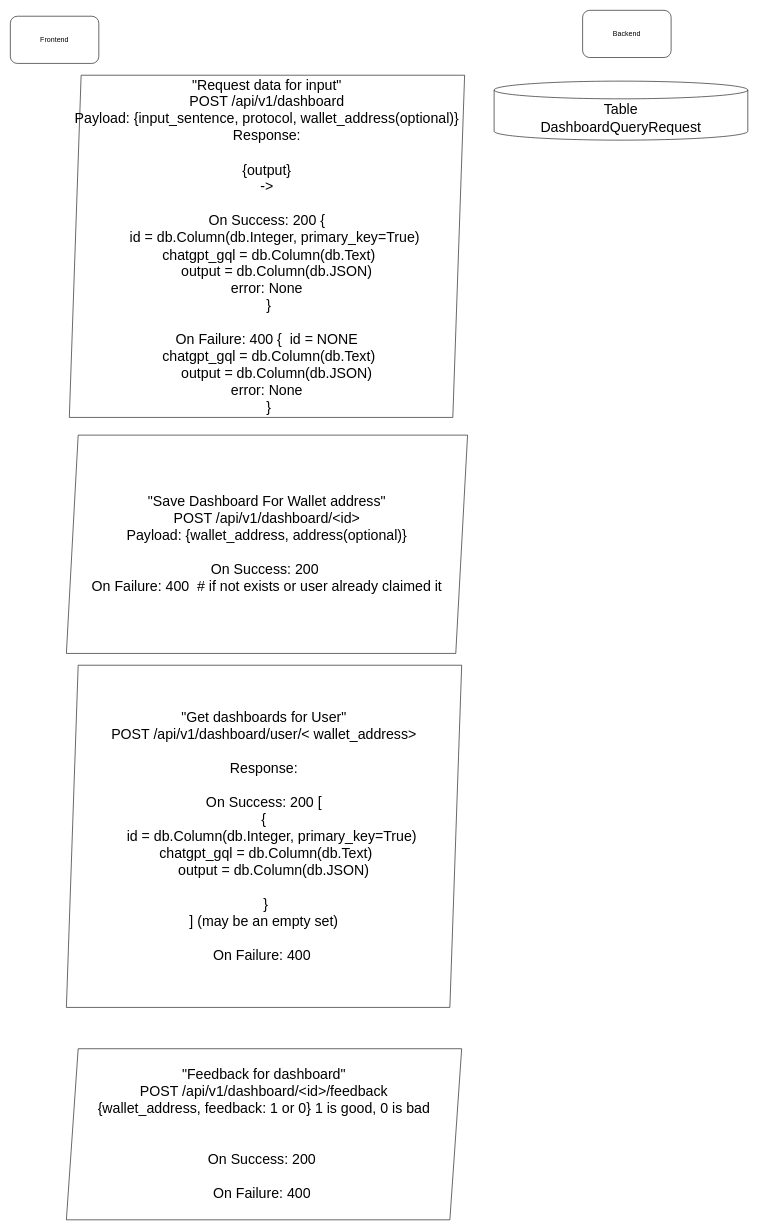
This is page "QueryToData" (1 of 2) of dashboard_flow.drawio from Sai-prakash15/ethdenver-buidlathon-2023, a draw.io file, before an edit. Source tidied: cells renumbered, new cells numbered last; positions are measured from the earlier drawing's top-left corner, leaving out a move shared by most shapes. Both pictures are drawn from the tidied source at 59%, with x=0, y=0 at pixel (10, 10).
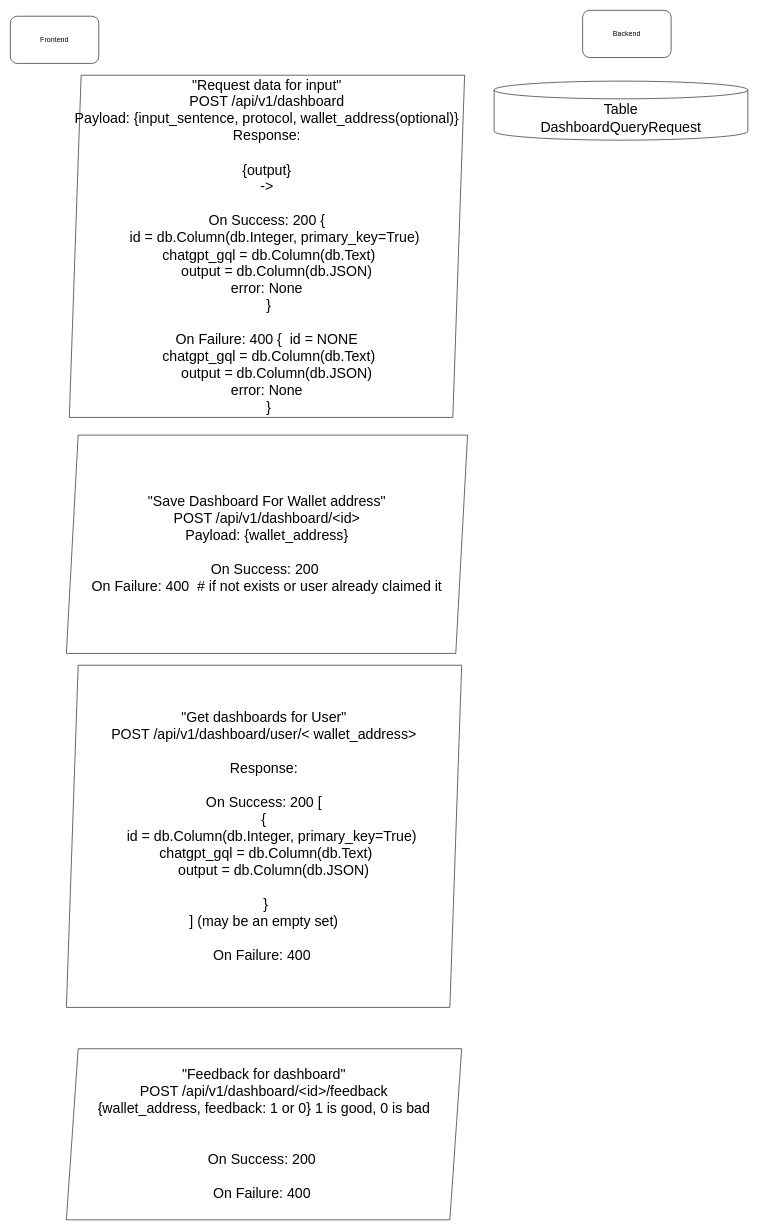
Above is the later version.

Commit message (it also covers changes not shown here):
CRUD dashboard

Diff of the diagram source:
```diff
@@
 <mxGraphModel>
   <root>
     <mxCell id="0" />
     <mxCell id="1" parent="0" />
     <mxCell id="2" value="Frontend" style="rounded=1;whiteSpace=wrap;html=1;" parent="1" vertex="1">
       <mxGeometry y="10" width="150" height="80" as="geometry" />
     </mxCell>
     <mxCell id="3" value="Backend" style="rounded=1;whiteSpace=wrap;html=1;" parent="1" vertex="1">
       <mxGeometry x="970" width="150" height="80" as="geometry" />
     </mxCell>
     <mxCell id="4" value="&quot;Request data for input&quot; &lt;br&gt;POST /api/v1/dashboard&lt;br&gt;Payload: {input_sentence, protocol, wallet_address(optional)}&lt;br&gt;Response:&lt;br&gt;&lt;br&gt;{output}&lt;br&gt;-&amp;gt;&lt;br&gt;&lt;br&gt;On Success: 200 {&lt;br&gt;&lt;div&gt;&amp;nbsp; &amp;nbsp; id = db.Column(db.Integer, primary_key=True)&lt;/div&gt;&lt;div&gt;&amp;nbsp; &amp;nbsp; chatgpt_gql = db.Column(db.Text)&lt;span style=&quot;background-color: initial;&quot;&gt;&amp;nbsp; &amp;nbsp;&lt;/span&gt;&lt;/div&gt;&lt;div&gt;&lt;span style=&quot;background-color: initial;&quot;&gt;&amp;nbsp; &amp;nbsp; &amp;nbsp;output = db.Column(db.JSON)&lt;/span&gt;&lt;br&gt;&lt;/div&gt;&lt;div&gt;&lt;span style=&quot;background-color: initial;&quot;&gt;error: None&lt;/span&gt;&lt;/div&gt;&lt;div&gt;&lt;span style=&quot;background-color: initial;&quot;&gt;&amp;nbsp;}&lt;br&gt;&lt;/span&gt;&lt;br&gt;On Failure: 400 {&lt;span style=&quot;background-color: initial;&quot;&gt;&amp;nbsp; id = NONE&lt;/span&gt;&lt;/div&gt;&lt;div&gt;&amp;nbsp; &amp;nbsp; chatgpt_gql = db.Column(db.Text)&lt;span style=&quot;background-color: initial;&quot;&gt;&amp;nbsp; &amp;nbsp;&lt;/span&gt;&lt;/div&gt;&lt;div&gt;&lt;span style=&quot;background-color: initial;&quot;&gt;&amp;nbsp; &amp;nbsp; &amp;nbsp;output = db.Column(db.JSON)&lt;/span&gt;&lt;br&gt;&lt;/div&gt;&lt;div&gt;&lt;span style=&quot;background-color: initial;&quot;&gt;error: None&lt;/span&gt;&lt;/div&gt;&lt;div&gt;&lt;span style=&quot;background-color: initial;&quot;&gt;&amp;nbsp;}&lt;/span&gt;&lt;/div&gt;" style="shape=parallelogram;perimeter=parallelogramPerimeter;whiteSpace=wrap;html=1;fixedSize=1;fontSize=24;" parent="1" vertex="1">
       <mxGeometry x="100" y="110" width="670" height="580" as="geometry" />
     </mxCell>
     <mxCell id="5" value="Table&lt;br&gt;DashboardQueryRequest" style="shape=cylinder3;whiteSpace=wrap;html=1;boundedLbl=1;backgroundOutline=1;size=15;fontSize=24;" parent="1" vertex="1">
       <mxGeometry x="820" y="120" width="430" height="100" as="geometry" />
     </mxCell>
-    <mxCell id="6" value="&quot;Save Dashboard For Wallet address&quot; &lt;br&gt;POST /api/v1/dashboard/&amp;lt;id&amp;gt;&lt;br&gt;Payload: {wallet_address, address(optional)}&lt;br&gt;&lt;br&gt;On Success: 200&amp;nbsp;&lt;br&gt;&lt;div&gt;On Failure: 400&amp;nbsp; # if not exists or user already claimed it&lt;/div&gt;" style="shape=parallelogram;perimeter=parallelogramPerimeter;whiteSpace=wrap;html=1;fixedSize=1;fontSize=24;" parent="1" vertex="1">
+    <mxCell id="6" value="&quot;Save Dashboard For Wallet address&quot; &lt;br&gt;POST /api/v1/dashboard/&amp;lt;id&amp;gt;&lt;br&gt;Payload: {wallet_address}&lt;br&gt;&lt;br&gt;On Success: 200&amp;nbsp;&lt;br&gt;&lt;div&gt;On Failure: 400&amp;nbsp; # if not exists or user already claimed it&lt;/div&gt;" style="shape=parallelogram;perimeter=parallelogramPerimeter;whiteSpace=wrap;html=1;fixedSize=1;fontSize=24;" parent="1" vertex="1">
       <mxGeometry x="95" y="720" width="680" height="370" as="geometry" />
     </mxCell>
     <mxCell id="7" value="&quot;Get dashboards for User&quot; &lt;br&gt;POST /api/v1/dashboard/user/&amp;lt;&amp;nbsp;wallet_address&amp;gt;&lt;br&gt;&lt;br&gt;Response:&lt;br&gt;&lt;br&gt;On Success: 200 [&lt;br&gt;{&lt;br&gt;&lt;div&gt;&amp;nbsp; &amp;nbsp; id = db.Column(db.Integer, primary_key=True)&lt;/div&gt;&lt;div&gt;&amp;nbsp; &amp;nbsp; chatgpt_gql = db.Column(db.Text)&lt;span style=&quot;background-color: initial;&quot;&gt;&amp;nbsp; &amp;nbsp;&lt;/span&gt;&lt;/div&gt;&lt;div&gt;&lt;span style=&quot;background-color: initial;&quot;&gt;&amp;nbsp; &amp;nbsp; &amp;nbsp;output = db.Column(db.JSON)&lt;/span&gt;&lt;br&gt;&lt;/div&gt;&lt;div&gt;&lt;br&gt;&lt;/div&gt;&lt;div&gt;&lt;span style=&quot;background-color: initial;&quot;&gt;&amp;nbsp;}&lt;/span&gt;&lt;/div&gt;&lt;div&gt;&lt;span style=&quot;background-color: initial;&quot;&gt;] (may be an empty set)&lt;br&gt;&lt;/span&gt;&lt;br&gt;On Failure: 400&amp;nbsp;&lt;br&gt;&lt;/div&gt;" style="shape=parallelogram;perimeter=parallelogramPerimeter;whiteSpace=wrap;html=1;fixedSize=1;fontSize=24;" parent="1" vertex="1">
       <mxGeometry x="95" y="1110" width="670" height="580" as="geometry" />
     </mxCell>
     <mxCell id="8" value="&quot;Feedback for dashboard&quot; &lt;br&gt;POST /api/v1/dashboard/&amp;lt;id&amp;gt;/feedback&lt;br&gt;{wallet_address, feedback: 1 or 0} 1 is good, 0 is bad&lt;br&gt;&lt;br&gt;&lt;br&gt;On Success: 200&amp;nbsp;&lt;br&gt;&lt;div&gt;&lt;br&gt;On Failure: 400&amp;nbsp;&lt;/div&gt;" style="shape=parallelogram;perimeter=parallelogramPerimeter;whiteSpace=wrap;html=1;fixedSize=1;fontSize=24;" parent="1" vertex="1">
       <mxGeometry x="95" y="1760" width="670" height="290" as="geometry" />
     </mxCell>
   </root>
 </mxGraphModel>
```
